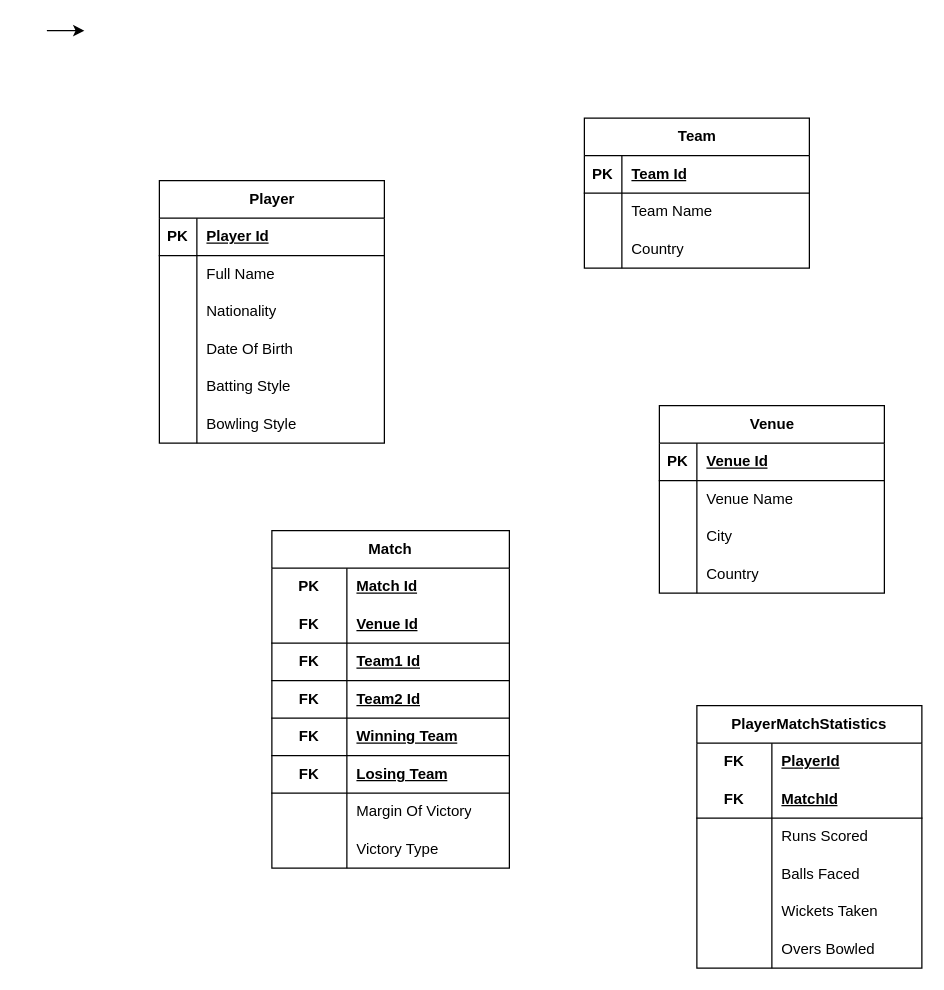
Earlier version of the draw.io diagram Untitled Diagram.drawio (SarthakPaandey/Randomproj). Source tidied: cells renumbered, new cells numbered last; positions are measured from the earlier drawing's top-left corner, leaving out a move shared by most shapes. Both pictures are drawn from the tidied source at 125%, with x=0, y=0 at pixel (46, 30).
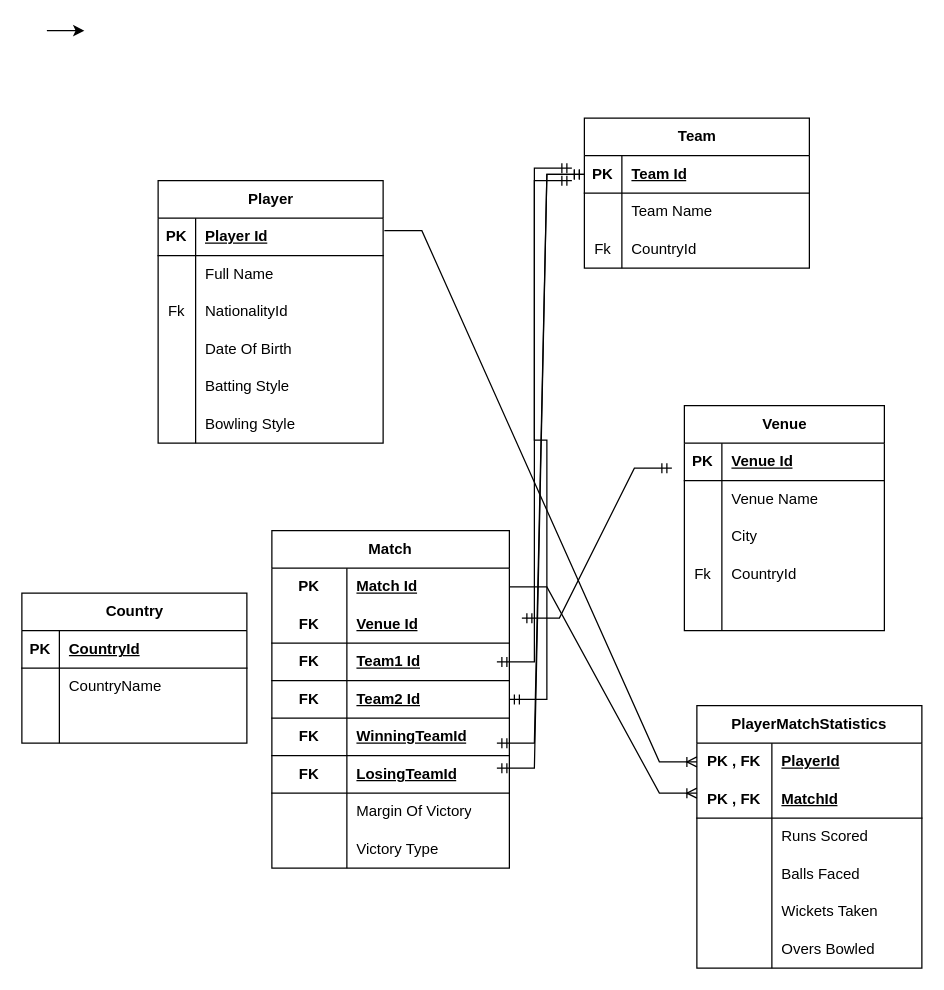
The same diagram, later.

Unchanged cells that the change refers to:
```xml
<mxCell id="10" style="shape=tableRow;horizontal=0;startSize=0;swimlaneHead=0;swimlaneBody=0;fillColor=none;top=0;left=0;right=0;bottom=0;" parent="3" vertex="1">
  <mxGeometry y="90" width="180" height="30" as="geometry" />
</mxCell>
<mxCell id="23" style="shape=tableRow;horizontal=0;startSize=0;swimlaneHead=0;swimlaneBody=0;fillColor=none;points=[[0,0.5],[1,0.5]];portConstraint=eastwest;top=0;left=0;right=0;bottom=1;" parent="22" vertex="1">
  <mxGeometry y="30" width="180" height="30" as="geometry" />
</mxCell>
<mxCell id="29" style="shape=tableRow;horizontal=0;startSize=0;swimlaneHead=0;swimlaneBody=0;fillColor=none;top=0;left=0;right=0;bottom=0;" parent="22" vertex="1">
  <mxGeometry y="90" width="180" height="30" as="geometry" />
</mxCell>
<mxCell id="46" style="shape=tableRow;horizontal=0;startSize=0;swimlaneHead=0;swimlaneBody=0;fillColor=none;points=[[0,0.5],[1,0.5]];portConstraint=eastwest;top=0;left=0;right=0;bottom=0;html=1;" parent="45" vertex="1">
  <mxGeometry y="30" width="190" height="30" as="geometry" />
</mxCell>
<mxCell id="55" style="shape=tableRow;horizontal=0;startSize=0;swimlaneHead=0;swimlaneBody=0;fillColor=none;points=[[0,0.5],[1,0.5]];portConstraint=eastwest;top=0;left=0;right=0;bottom=1;html=1;" parent="45" vertex="1">
  <mxGeometry y="120" width="190" height="30" as="geometry" />
</mxCell>
<mxCell id="58" style="shape=tableRow;horizontal=0;startSize=0;swimlaneHead=0;swimlaneBody=0;fillColor=none;top=0;left=0;right=0;bottom=1;html=1;" parent="45" vertex="1">
  <mxGeometry y="150" width="190" height="30" as="geometry" />
</mxCell>
<mxCell id="61" style="shape=tableRow;horizontal=0;startSize=0;swimlaneHead=0;swimlaneBody=0;fillColor=none;top=0;left=0;right=0;bottom=1;html=1;" parent="45" vertex="1">
  <mxGeometry y="180" width="190" height="30" as="geometry" />
</mxCell>
<mxCell id="71" style="shape=tableRow;horizontal=0;startSize=0;swimlaneHead=0;swimlaneBody=0;fillColor=none;points=[[0,0.5],[1,0.5]];portConstraint=eastwest;top=0;left=0;right=0;bottom=0;html=1;" parent="70" vertex="1">
  <mxGeometry y="30" width="180" height="30" as="geometry" />
</mxCell>
<mxCell id="74" style="shape=tableRow;horizontal=0;startSize=0;swimlaneHead=0;swimlaneBody=0;fillColor=none;top=0;left=0;right=0;bottom=1;html=1;" parent="70" vertex="1">
  <mxGeometry y="60" width="180" height="30" as="geometry" />
</mxCell>
```

What changed in the source:
```diff
@@
     <mxCell id="3" value="Player" style="shape=table;startSize=30;childLayout=tableLayout;rowLines=0;fontStyle=1;align=center;html=1;" parent="1" vertex="1">
-      <mxGeometry x="90" y="120" width="180" height="210" as="geometry" />
+      <mxGeometry x="89" y="120" width="180" height="210" as="geometry" />
     </mxCell>
@@
-    <mxCell id="11" style="shape=partialRectangle;fillColor=none;top=0;left=0;bottom=0;right=0;overflow=hidden;whiteSpace=wrap;html=1;" parent="10" vertex="1">
+    <mxCell id="11" value="Fk" style="shape=partialRectangle;fillColor=none;top=0;left=0;bottom=0;right=0;overflow=hidden;whiteSpace=wrap;html=1;" parent="10" vertex="1">
       <mxGeometry width="30" height="30" as="geometry" />
     </mxCell>
-    <mxCell id="12" value="Nationality" style="shape=partialRectangle;fillColor=none;top=0;left=0;bottom=0;right=0;align=left;spacingLeft=6;overflow=hidden;whiteSpace=wrap;html=1;" parent="10" vertex="1">
+    <mxCell id="12" value="NationalityId" style="shape=partialRectangle;fillColor=none;top=0;left=0;bottom=0;right=0;align=left;spacingLeft=6;overflow=hidden;whiteSpace=wrap;html=1;" parent="10" vertex="1">
       <mxGeometry x="30" width="150" height="30" as="geometry" />
     </mxCell>
@@
-    <mxCell id="30" style="shape=partialRectangle;fillColor=none;top=0;left=0;bottom=0;right=0;overflow=hidden;whiteSpace=wrap;html=1;" parent="29" vertex="1">
+    <mxCell id="30" value="Fk" style="shape=partialRectangle;fillColor=none;top=0;left=0;bottom=0;right=0;overflow=hidden;whiteSpace=wrap;html=1;" parent="29" vertex="1">
       <mxGeometry width="30" height="30" as="geometry" />
     </mxCell>
-    <mxCell id="31" value="Country" style="shape=partialRectangle;fillColor=none;top=0;left=0;bottom=0;right=0;align=left;spacingLeft=6;overflow=hidden;whiteSpace=wrap;html=1;" parent="29" vertex="1">
+    <mxCell id="31" value="CountryId" style="shape=partialRectangle;fillColor=none;top=0;left=0;bottom=0;right=0;align=left;spacingLeft=6;overflow=hidden;whiteSpace=wrap;html=1;" parent="29" vertex="1">
       <mxGeometry x="30" width="150" height="30" as="geometry" />
     </mxCell>
     <mxCell id="32" value="Venue" style="shape=table;startSize=30;childLayout=tableLayout;rowLines=0;fontStyle=1;align=center;html=1;" parent="1" vertex="1">
-      <mxGeometry x="490" y="300" width="180" height="150" as="geometry" />
+      <mxGeometry x="510" y="300" width="160" height="180" as="geometry" />
     </mxCell>
     <mxCell id="33" style="shape=tableRow;horizontal=0;startSize=0;swimlaneHead=0;swimlaneBody=0;fillColor=none;top=0;left=0;right=0;bottom=1;" parent="32" vertex="1">
-      <mxGeometry y="30" width="180" height="30" as="geometry" />
+      <mxGeometry y="30" width="160" height="30" as="geometry" />
     </mxCell>
@@
     <mxCell id="35" value="Venue Id" style="shape=partialRectangle;fillColor=none;top=0;left=0;bottom=0;right=0;align=left;spacingLeft=6;fontStyle=5;overflow=hidden;whiteSpace=wrap;html=1;" parent="33" vertex="1">
-      <mxGeometry x="30" width="150" height="30" as="geometry" />
+      <mxGeometry x="30" width="130" height="30" as="geometry" />
     </mxCell>
     <mxCell id="36" style="shape=tableRow;horizontal=0;startSize=0;swimlaneHead=0;swimlaneBody=0;fillColor=none;top=0;left=0;right=0;bottom=0;" parent="32" vertex="1">
-      <mxGeometry y="60" width="180" height="30" as="geometry" />
+      <mxGeometry y="60" width="160" height="30" as="geometry" />
     </mxCell>
@@
     <mxCell id="38" value="Venue Name" style="shape=partialRectangle;fillColor=none;top=0;left=0;bottom=0;right=0;align=left;spacingLeft=6;overflow=hidden;whiteSpace=wrap;html=1;" parent="36" vertex="1">
-      <mxGeometry x="30" width="150" height="30" as="geometry" />
+      <mxGeometry x="30" width="130" height="30" as="geometry" />
     </mxCell>
+    <mxCell id="89" style="shape=tableRow;horizontal=0;startSize=0;swimlaneHead=0;swimlaneBody=0;fillColor=none;top=0;left=0;right=0;bottom=0;" parent="32" vertex="1">
+      <mxGeometry y="90" width="160" height="30" as="geometry" />
+    </mxCell>
+    <mxCell id="90" style="shape=partialRectangle;fillColor=none;top=0;left=0;bottom=0;right=0;overflow=hidden;whiteSpace=wrap;html=1;" parent="89" vertex="1">
+      <mxGeometry width="30" height="30" as="geometry" />
+    </mxCell>
+    <mxCell id="91" value="City" style="shape=partialRectangle;fillColor=none;top=0;left=0;bottom=0;right=0;align=left;spacingLeft=6;overflow=hidden;whiteSpace=wrap;html=1;" parent="89" vertex="1">
+      <mxGeometry x="30" width="130" height="30" as="geometry" />
+    </mxCell>
     <mxCell id="39" style="shape=tableRow;horizontal=0;startSize=0;swimlaneHead=0;swimlaneBody=0;fillColor=none;top=0;left=0;right=0;bottom=0;" parent="32" vertex="1">
-      <mxGeometry y="90" width="180" height="30" as="geometry" />
+      <mxGeometry y="120" width="160" height="30" as="geometry" />
     </mxCell>
-    <mxCell id="40" style="shape=partialRectangle;fillColor=none;top=0;left=0;bottom=0;right=0;overflow=hidden;whiteSpace=wrap;html=1;" parent="39" vertex="1">
+    <mxCell id="40" value="Fk" style="shape=partialRectangle;fillColor=none;top=0;left=0;bottom=0;right=0;overflow=hidden;whiteSpace=wrap;html=1;" parent="39" vertex="1">
       <mxGeometry width="30" height="30" as="geometry" />
     </mxCell>
-    <mxCell id="41" value="City" style="shape=partialRectangle;fillColor=none;top=0;left=0;bottom=0;right=0;align=left;spacingLeft=6;overflow=hidden;whiteSpace=wrap;html=1;" parent="39" vertex="1">
-      <mxGeometry x="30" width="150" height="30" as="geometry" />
+    <mxCell id="41" value="CountryId" style="shape=partialRectangle;fillColor=none;top=0;left=0;bottom=0;right=0;align=left;spacingLeft=6;overflow=hidden;whiteSpace=wrap;html=1;" parent="39" vertex="1">
+      <mxGeometry x="30" width="130" height="30" as="geometry" />
     </mxCell>
     <mxCell id="42" style="shape=tableRow;horizontal=0;startSize=0;swimlaneHead=0;swimlaneBody=0;fillColor=none;top=0;left=0;right=0;bottom=0;" parent="32" vertex="1">
-      <mxGeometry y="120" width="180" height="30" as="geometry" />
+      <mxGeometry y="150" width="160" height="30" as="geometry" />
     </mxCell>
@@
-    <mxCell id="44" value="Country" style="shape=partialRectangle;fillColor=none;top=0;left=0;bottom=0;right=0;align=left;spacingLeft=6;overflow=hidden;whiteSpace=wrap;html=1;" parent="42" vertex="1">
-      <mxGeometry x="30" width="150" height="30" as="geometry" />
+    <mxCell id="44" style="shape=partialRectangle;fillColor=none;top=0;left=0;bottom=0;right=0;align=left;spacingLeft=6;overflow=hidden;whiteSpace=wrap;html=1;" parent="42" vertex="1">
+      <mxGeometry x="30" width="130" height="30" as="geometry" />
     </mxCell>
@@
-    <mxCell id="60" value="Winning Team" style="shape=partialRectangle;fillColor=none;top=0;left=0;bottom=0;right=0;align=left;spacingLeft=6;fontStyle=5;overflow=hidden;html=1;whiteSpace=wrap;" parent="58" vertex="1">
+    <mxCell id="60" value="WinningTeamId" style="shape=partialRectangle;fillColor=none;top=0;left=0;bottom=0;right=0;align=left;spacingLeft=6;fontStyle=5;overflow=hidden;html=1;whiteSpace=wrap;" parent="58" vertex="1">
       <mxGeometry x="60" width="130" height="30" as="geometry" />
     </mxCell>
@@
-    <mxCell id="63" value="Losing Team" style="shape=partialRectangle;fillColor=none;top=0;left=0;bottom=0;right=0;align=left;spacingLeft=6;fontStyle=5;overflow=hidden;html=1;whiteSpace=wrap;" parent="61" vertex="1">
+    <mxCell id="63" value="LosingTeamId" style="shape=partialRectangle;fillColor=none;top=0;left=0;bottom=0;right=0;align=left;spacingLeft=6;fontStyle=5;overflow=hidden;html=1;whiteSpace=wrap;" parent="61" vertex="1">
       <mxGeometry x="60" width="130" height="30" as="geometry" />
     </mxCell>
@@
-    <mxCell id="72" value="FK" style="shape=partialRectangle;fillColor=none;top=0;left=0;bottom=0;right=0;fontStyle=1;overflow=hidden;html=1;whiteSpace=wrap;" parent="71" vertex="1">
+    <mxCell id="72" value="PK , FK" style="shape=partialRectangle;fillColor=none;top=0;left=0;bottom=0;right=0;fontStyle=1;overflow=hidden;html=1;whiteSpace=wrap;" parent="71" vertex="1">
       <mxGeometry width="60" height="30" as="geometry" />
     </mxCell>
@@
-    <mxCell id="75" value="FK" style="shape=partialRectangle;fillColor=none;top=0;left=0;bottom=0;right=0;fontStyle=1;overflow=hidden;html=1;whiteSpace=wrap;" parent="74" vertex="1">
+    <mxCell id="75" value="PK , FK" style="shape=partialRectangle;fillColor=none;top=0;left=0;bottom=0;right=0;fontStyle=1;overflow=hidden;html=1;whiteSpace=wrap;" parent="74" vertex="1">
       <mxGeometry width="60" height="30" as="geometry" />
     </mxCell>
@@
+    <mxCell id="92" style="edgeStyle=entityRelationEdgeStyle;fontSize=12;html=1;endArrow=ERoneToMany;rounded=0;entryX=0;entryY=0.5;entryDx=0;entryDy=0;" parent="1" edge="1" target="71">
+      <mxGeometry relative="1" as="geometry">
+        <mxPoint x="270" y="160" as="sourcePoint" />
+      </mxGeometry>
+    </mxCell>
+    <mxCell id="93" style="edgeStyle=entityRelationEdgeStyle;fontSize=12;html=1;endArrow=ERoneToMany;rounded=0;exitX=1;exitY=0.5;exitDx=0;exitDy=0;" parent="1" edge="1" source="46">
+      <mxGeometry relative="1" as="geometry">
+        <mxPoint x="520" y="610" as="targetPoint" />
+        <Array as="points">
+          <mxPoint x="470" y="580" />
+          <mxPoint x="460" y="440" />
+        </Array>
+      </mxGeometry>
+    </mxCell>
+    <mxCell id="94" style="edgeStyle=entityRelationEdgeStyle;fontSize=12;html=1;endArrow=ERmandOne;startArrow=ERmandOne;rounded=0;" parent="1" edge="1">
+      <mxGeometry relative="1" as="geometry">
+        <mxPoint x="380" y="470" as="sourcePoint" />
+        <mxPoint x="500" y="350" as="targetPoint" />
+        <Array as="points">
+          <mxPoint x="410" y="480" />
+          <mxPoint x="400" y="470" />
+          <mxPoint x="490" y="340" />
+        </Array>
+      </mxGeometry>
+    </mxCell>
+    <mxCell id="95" style="edgeStyle=entityRelationEdgeStyle;fontSize=12;html=1;endArrow=ERmandOne;startArrow=ERmandOne;rounded=0;exitX=1;exitY=0.5;exitDx=0;exitDy=0;" parent="1" edge="1">
+      <mxGeometry relative="1" as="geometry">
+        <mxPoint x="360" y="505" as="sourcePoint" />
+        <mxPoint x="420" y="110" as="targetPoint" />
+        <Array as="points">
+          <mxPoint x="380" y="510" />
+        </Array>
+      </mxGeometry>
+    </mxCell>
+    <mxCell id="96" style="edgeStyle=entityRelationEdgeStyle;fontSize=12;html=1;endArrow=ERmandOne;startArrow=ERmandOne;rounded=0;exitX=1;exitY=0.5;exitDx=0;exitDy=0;" parent="1" edge="1" source="55">
+      <mxGeometry relative="1" as="geometry">
+        <mxPoint x="420" y="120" as="targetPoint" />
+        <Array as="points">
+          <mxPoint x="380" y="530" />
+          <mxPoint x="420" y="535" />
+          <mxPoint x="410" y="120" />
+        </Array>
+      </mxGeometry>
+    </mxCell>
+    <mxCell id="97" value="Country" style="shape=table;startSize=30;childLayout=tableLayout;rowLines=0;fontStyle=1;align=center;html=1;" parent="1" vertex="1">
+      <mxGeometry x="-20" y="450" width="180" height="120" as="geometry" />
+    </mxCell>
+    <mxCell id="98" style="shape=tableRow;horizontal=0;startSize=0;swimlaneHead=0;swimlaneBody=0;fillColor=none;top=0;left=0;right=0;bottom=1;" parent="97" vertex="1">
+      <mxGeometry y="30" width="180" height="30" as="geometry" />
+    </mxCell>
+    <mxCell id="99" value="PK" style="shape=partialRectangle;fillColor=none;top=0;left=0;bottom=0;right=0;fontStyle=1;overflow=hidden;whiteSpace=wrap;html=1;" parent="98" vertex="1">
+      <mxGeometry width="30" height="30" as="geometry" />
+    </mxCell>
+    <mxCell id="100" value="CountryId" style="shape=partialRectangle;fillColor=none;top=0;left=0;bottom=0;right=0;align=left;spacingLeft=6;fontStyle=5;overflow=hidden;whiteSpace=wrap;html=1;" parent="98" vertex="1">
+      <mxGeometry x="30" width="150" height="30" as="geometry" />
+    </mxCell>
+    <mxCell id="101" style="shape=tableRow;horizontal=0;startSize=0;swimlaneHead=0;swimlaneBody=0;fillColor=none;top=0;left=0;right=0;bottom=0;" parent="97" vertex="1">
+      <mxGeometry y="60" width="180" height="30" as="geometry" />
+    </mxCell>
+    <mxCell id="102" style="shape=partialRectangle;fillColor=none;top=0;left=0;bottom=0;right=0;overflow=hidden;whiteSpace=wrap;html=1;" parent="101" vertex="1">
+      <mxGeometry width="30" height="30" as="geometry" />
+    </mxCell>
+    <mxCell id="103" value="CountryName" style="shape=partialRectangle;fillColor=none;top=0;left=0;bottom=0;right=0;align=left;spacingLeft=6;overflow=hidden;whiteSpace=wrap;html=1;" parent="101" vertex="1">
+      <mxGeometry x="30" width="150" height="30" as="geometry" />
+    </mxCell>
+    <mxCell id="104" style="shape=tableRow;horizontal=0;startSize=0;swimlaneHead=0;swimlaneBody=0;fillColor=none;top=0;left=0;right=0;bottom=0;" parent="97" vertex="1">
+      <mxGeometry y="90" width="180" height="30" as="geometry" />
+    </mxCell>
+    <mxCell id="105" style="shape=partialRectangle;fillColor=none;top=0;left=0;bottom=0;right=0;overflow=hidden;whiteSpace=wrap;html=1;" parent="104" vertex="1">
+      <mxGeometry width="30" height="30" as="geometry" />
+    </mxCell>
+    <mxCell id="106" style="shape=partialRectangle;fillColor=none;top=0;left=0;bottom=0;right=0;align=left;spacingLeft=6;overflow=hidden;whiteSpace=wrap;html=1;" parent="104" vertex="1">
+      <mxGeometry x="30" width="150" height="30" as="geometry" />
+    </mxCell>
+    <mxCell id="107" style="edgeStyle=entityRelationEdgeStyle;fontSize=12;html=1;endArrow=ERmandOne;startArrow=ERmandOne;rounded=0;entryX=0;entryY=0.5;entryDx=0;entryDy=0;" parent="1" edge="1" target="23">
+      <mxGeometry relative="1" as="geometry">
+        <mxPoint x="360" y="570" as="sourcePoint" />
+      </mxGeometry>
+    </mxCell>
+    <mxCell id="108" style="edgeStyle=entityRelationEdgeStyle;fontSize=12;html=1;endArrow=ERmandOne;startArrow=ERmandOne;rounded=0;entryX=0;entryY=0.5;entryDx=0;entryDy=0;" parent="1" edge="1" target="23">
+      <mxGeometry relative="1" as="geometry">
+        <mxPoint x="360" y="590" as="sourcePoint" />
+        <Array as="points">
+          <mxPoint x="200" y="690" />
+        </Array>
+      </mxGeometry>
+    </mxCell>
```
